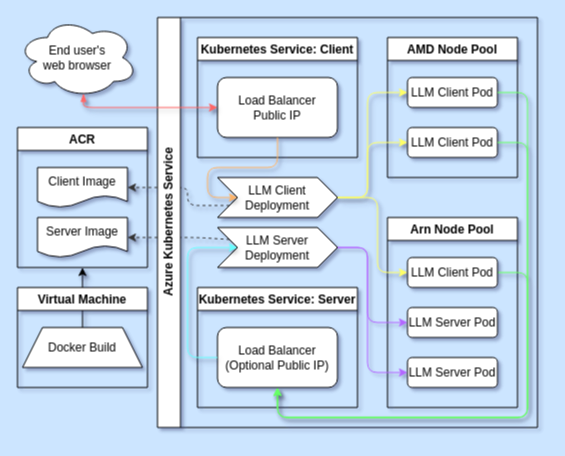
This is diagram/kubernetes.drawio from ArmDeveloperEcosystem/workshop-acm, a draw.io file, before an edit. Source tidied: cells renumbered, new cells numbered last; positions are measured from the earlier drawing's top-left corner, leaving out a move shared by most shapes. Both pictures are drawn from the tidied source at 100%, with x=0, y=0 at pixel (17, 17).
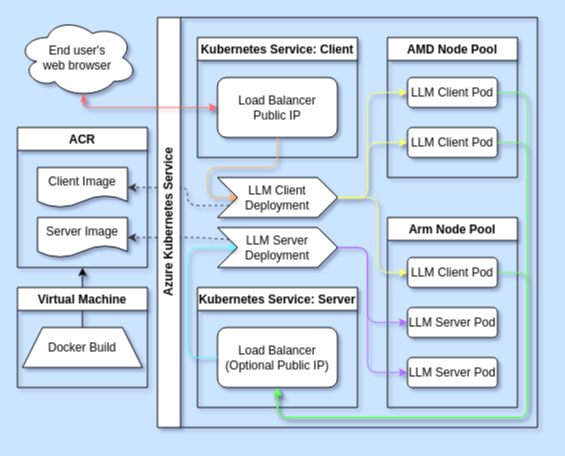
The same diagram, later.

The change refers to these unchanged cells:
```xml
<mxCell id="6" value="Azure Kubernetes Service" style="swimlane;horizontal=0;whiteSpace=wrap;html=1;" parent="1" vertex="1">
  <mxGeometry x="140" width="380" height="410" as="geometry" />
</mxCell>
```

The edit, as a diff of the source:
```diff
@@
-    <mxCell id="14" value="Arn Node Pool" style="swimlane;whiteSpace=wrap;html=1;" parent="6" vertex="1">
+    <mxCell id="14" value="Arm Node Pool" style="swimlane;whiteSpace=wrap;html=1;" parent="6" vertex="1">
       <mxGeometry x="230" y="200" width="130" height="190" as="geometry" />
     </mxCell>
```
